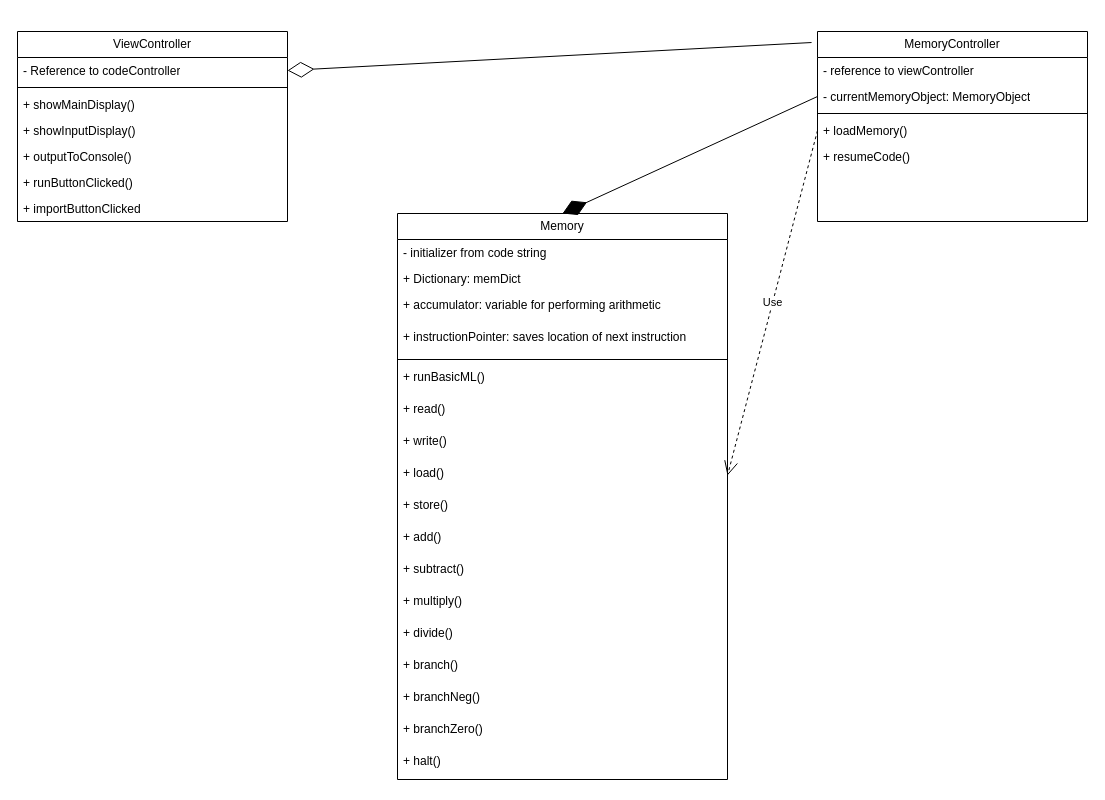
This is wireframes/UML.drawio from Keatongull/GroupProject2450, a draw.io file, before an edit. Source tidied: cells renumbered, new cells numbered last; positions are measured from the earlier drawing's top-left corner, leaving out a move shared by most shapes. Both pictures are drawn from the tidied source at 100%, with x=0, y=0 at pixel (17, 31).
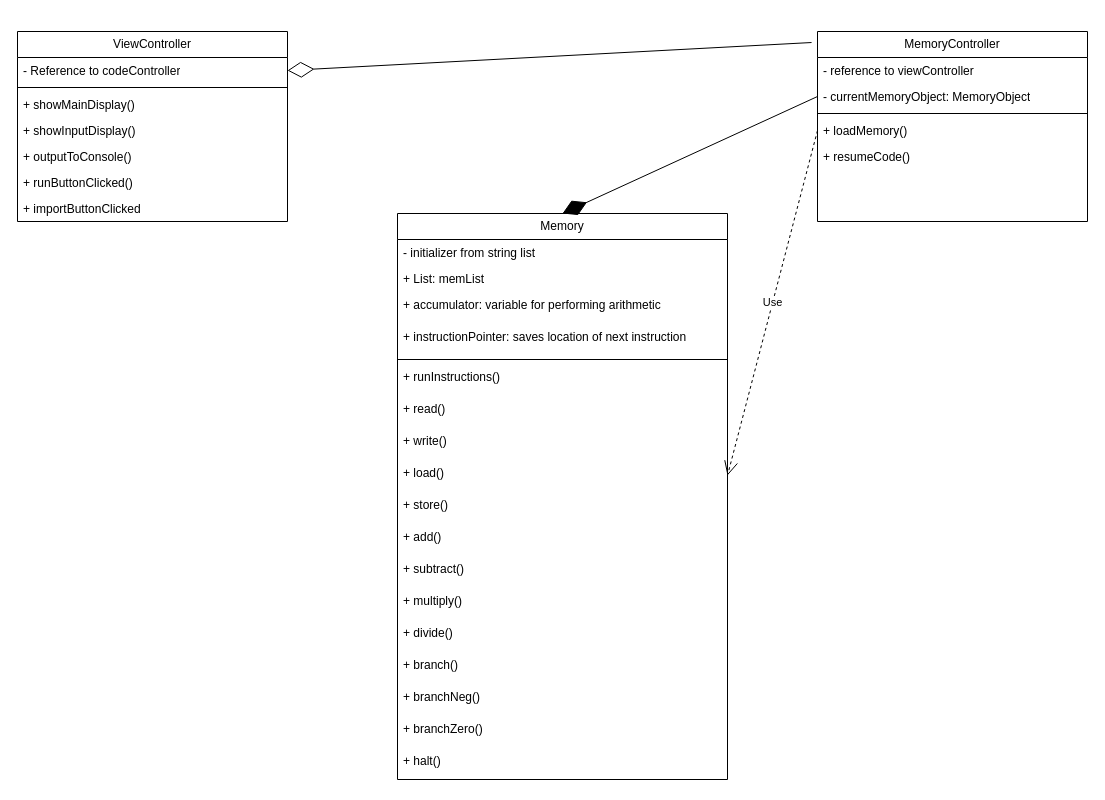
After the change.

Unchanged cells that the change refers to:
```xml
<mxCell id="2" value="Memory" style="swimlane;fontStyle=0;horizontal=1;startSize=26;fillColor=none;whiteSpace=wrap;html=1;" parent="1" vertex="1">
  <mxGeometry x="380" y="182" width="330" height="566" as="geometry" />
</mxCell>
```

The edit, as a diff of the source:
```diff
@@
-    <mxCell id="3" value="- initializer from code string" style="text;strokeColor=none;fillColor=none;align=left;verticalAlign=top;spacingLeft=4;spacingRight=4;overflow=hidden;whiteSpace=wrap;html=1;" parent="2" vertex="1">
+    <mxCell id="3" value="- initializer from string list" style="text;strokeColor=none;fillColor=none;align=left;verticalAlign=top;spacingLeft=4;spacingRight=4;overflow=hidden;whiteSpace=wrap;html=1;" parent="2" vertex="1">
       <mxGeometry y="26" width="330" height="26" as="geometry" />
     </mxCell>
-    <mxCell id="4" value="+ Dictionary: memDict" style="text;strokeColor=none;fillColor=none;align=left;verticalAlign=top;spacingLeft=4;spacingRight=4;overflow=hidden;whiteSpace=wrap;html=1;" parent="2" vertex="1">
+    <mxCell id="4" value="+ List: memList" style="text;strokeColor=none;fillColor=none;align=left;verticalAlign=top;spacingLeft=4;spacingRight=4;overflow=hidden;whiteSpace=wrap;html=1;" parent="2" vertex="1">
       <mxGeometry y="52" width="330" height="26" as="geometry" />
     </mxCell>
@@
-    <mxCell id="8" value="+ runBasicML()" style="text;strokeColor=none;fillColor=none;align=left;verticalAlign=top;spacingLeft=4;spacingRight=4;overflow=hidden;whiteSpace=wrap;html=1;" parent="2" vertex="1">
+    <mxCell id="8" value="+ runInstructions()" style="text;strokeColor=none;fillColor=none;align=left;verticalAlign=top;spacingLeft=4;spacingRight=4;overflow=hidden;whiteSpace=wrap;html=1;" parent="2" vertex="1">
       <mxGeometry y="150" width="330" height="32" as="geometry" />
     </mxCell>
```
